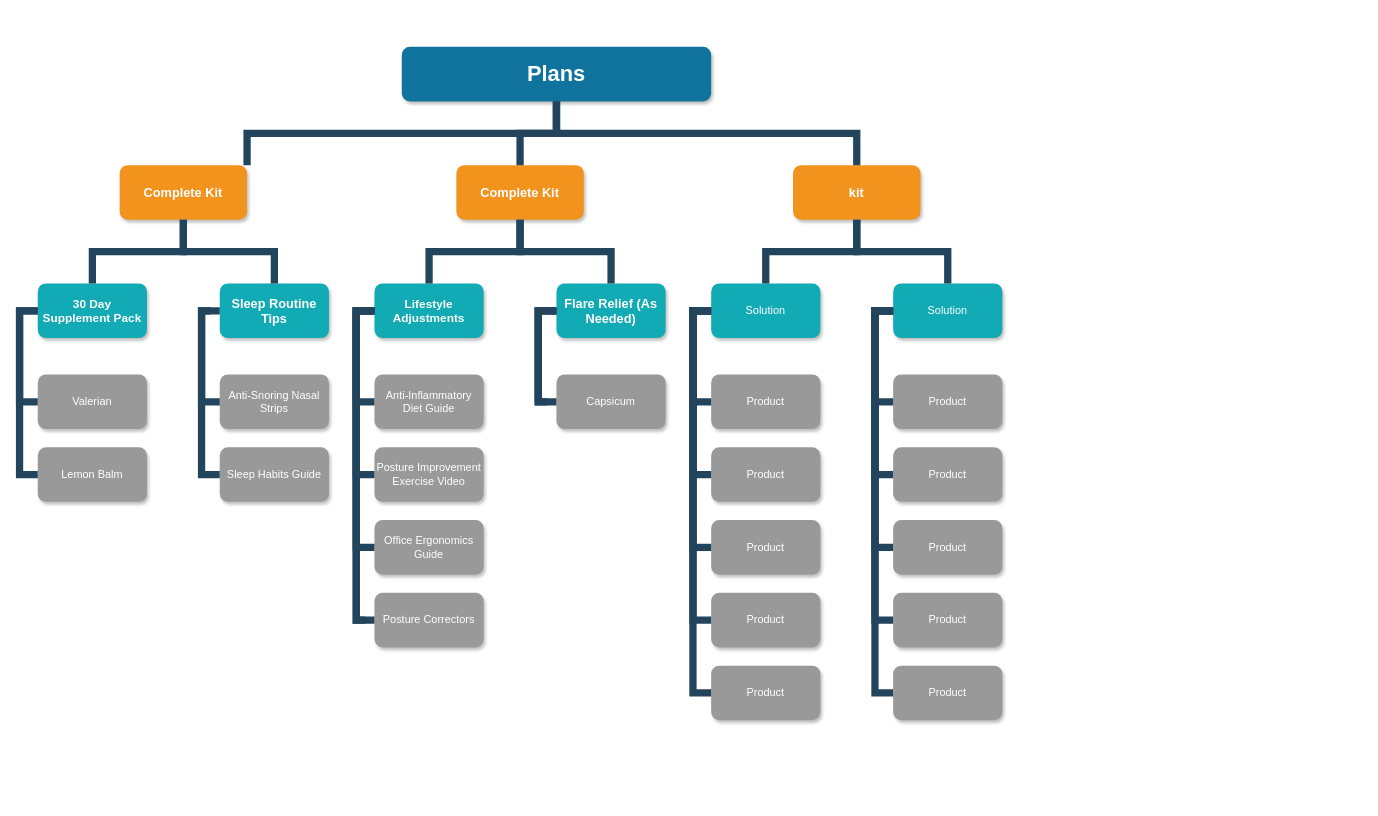
Earlier version of the draw.io diagram static/Untitled Diagram.drawio (zachion/RGBlog). Source tidied: cells renumbered, new cells numbered last; positions are measured from the earlier drawing's top-left corner, leaving out a move shared by most shapes. Both pictures are drawn from the tidied source at 91%, with x=0, y=0 at pixel (19, 46).
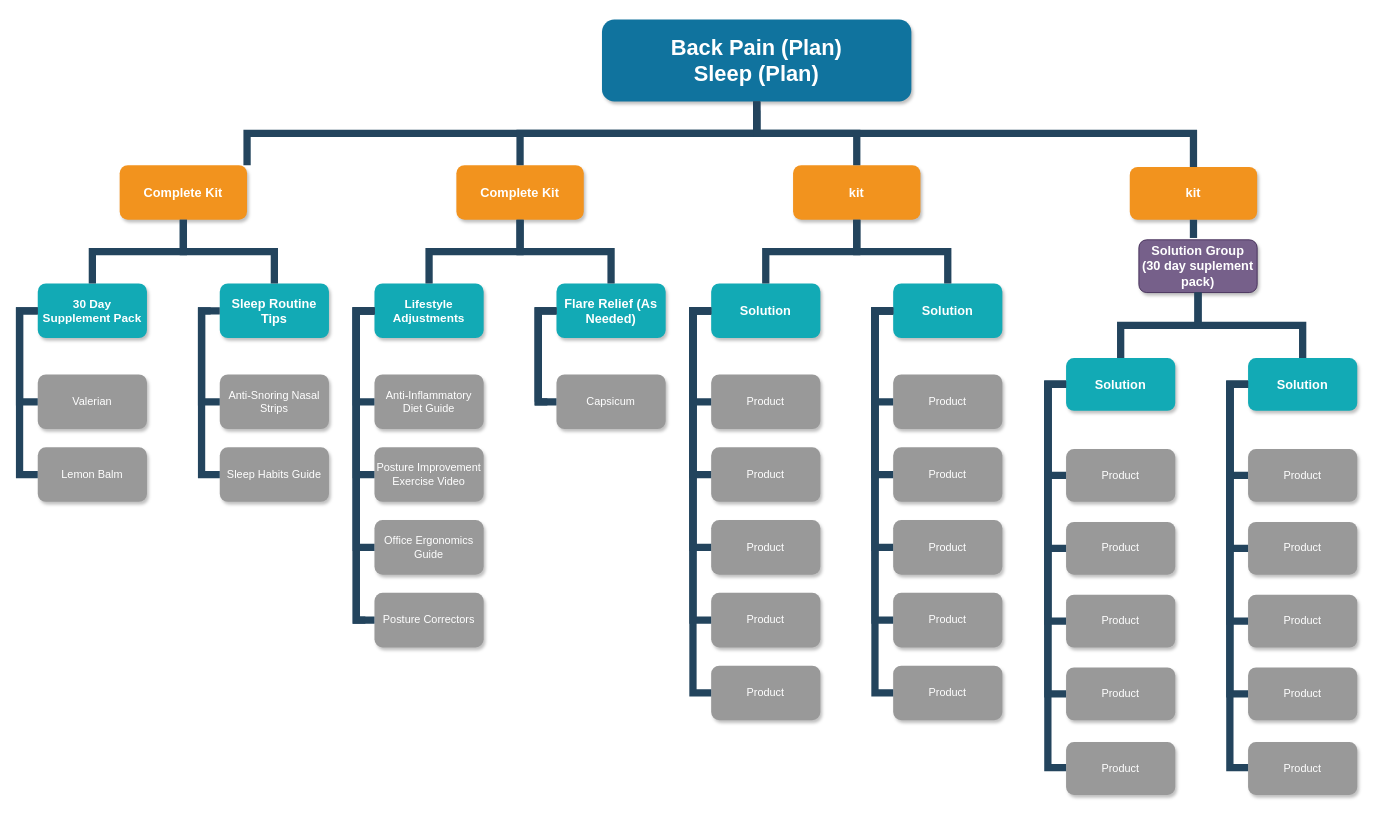
Above is the later version.

Commit message:
solution groups

Diff of the diagram source:
```diff
@@
-    <mxCell id="2" value="Plans" style="whiteSpace=wrap;rounded=1;shadow=1;fillColor=#10739E;strokeColor=none;fontColor=#FFFFFF;fontStyle=1;fontSize=24;" parent="1" vertex="1">
-      <mxGeometry x="420" width="340" height="60" as="geometry" />
+    <mxCell id="2" value="Back Pain (Plan)&#10;Sleep (Plan)" style="whiteSpace=wrap;rounded=1;shadow=1;fillColor=#10739E;strokeColor=none;fontColor=#FFFFFF;fontStyle=1;fontSize=24;" parent="1" vertex="1">
+      <mxGeometry x="640" y="-30" width="340" height="90" as="geometry" />
     </mxCell>
@@
-    <mxCell id="35" value="Solution" style="whiteSpace=wrap;rounded=1;fillColor=#12AAB5;strokeColor=none;shadow=1;fontColor=#FFFFFF;" parent="1" vertex="1">
+    <mxCell id="35" value="Solution" style="whiteSpace=wrap;rounded=1;fillColor=#12AAB5;strokeColor=none;shadow=1;fontColor=#FFFFFF;fontStyle=1;fontSize=14;" parent="1" vertex="1">
       <mxGeometry x="760" y="260" width="120" height="60" as="geometry" />
     </mxCell>
-    <mxCell id="36" value="Solution" style="whiteSpace=wrap;rounded=1;fillColor=#12AAB5;strokeColor=none;shadow=1;fontColor=#FFFFFF;" parent="1" vertex="1">
+    <mxCell id="36" value="Solution" style="whiteSpace=wrap;rounded=1;fillColor=#12AAB5;strokeColor=none;shadow=1;fontColor=#FFFFFF;fontStyle=1;fontSize=14;" parent="1" vertex="1">
       <mxGeometry x="960" y="260" width="120" height="60" as="geometry" />
     </mxCell>
@@
+    <mxCell id="62" value="Solution Group&#10;(30 day suplement pack)" style="whiteSpace=wrap;rounded=1;fillColor=#76608a;strokeColor=#432D57;shadow=1;fontColor=#ffffff;fontStyle=1;fontSize=14;" parent="1" vertex="1">
+      <mxGeometry x="1230" y="212" width="130" height="58" as="geometry" />
+    </mxCell>
+    <mxCell id="63" value="Solution" style="whiteSpace=wrap;rounded=1;fillColor=#12AAB5;strokeColor=none;shadow=1;fontColor=#FFFFFF;fontStyle=1;fontSize=14;" parent="1" vertex="1">
+      <mxGeometry x="1150" y="342" width="120" height="58" as="geometry" />
+    </mxCell>
+    <mxCell id="64" value="Solution" style="whiteSpace=wrap;rounded=1;fillColor=#12AAB5;strokeColor=none;shadow=1;fontColor=#FFFFFF;fontStyle=1;fontSize=14;" parent="1" vertex="1">
+      <mxGeometry x="1350" y="342" width="120" height="58" as="geometry" />
+    </mxCell>
+    <mxCell id="65" value="Product" style="whiteSpace=wrap;rounded=1;fillColor=#999999;strokeColor=none;shadow=1;fontColor=#FFFFFF;fontStyle=0;" parent="1" vertex="1">
+      <mxGeometry x="1150" y="442" width="120" height="58" as="geometry" />
+    </mxCell>
+    <mxCell id="66" value="Product" style="whiteSpace=wrap;rounded=1;fillColor=#999999;strokeColor=none;shadow=1;fontColor=#FFFFFF;fontStyle=0;" parent="1" vertex="1">
+      <mxGeometry x="1150" y="522" width="120" height="58" as="geometry" />
+    </mxCell>
+    <mxCell id="67" value="Product" style="whiteSpace=wrap;rounded=1;fillColor=#999999;strokeColor=none;shadow=1;fontColor=#FFFFFF;fontStyle=0;" parent="1" vertex="1">
+      <mxGeometry x="1150" y="602" width="120" height="58" as="geometry" />
+    </mxCell>
+    <mxCell id="68" value="Product" style="whiteSpace=wrap;rounded=1;fillColor=#999999;strokeColor=none;shadow=1;fontColor=#FFFFFF;fontStyle=0;" parent="1" vertex="1">
+      <mxGeometry x="1150" y="682" width="120" height="58" as="geometry" />
+    </mxCell>
+    <mxCell id="69" value="Product" style="whiteSpace=wrap;rounded=1;fillColor=#999999;strokeColor=none;shadow=1;fontColor=#FFFFFF;fontStyle=0;" parent="1" vertex="1">
+      <mxGeometry x="1150" y="764" width="120" height="58" as="geometry" />
+    </mxCell>
+    <mxCell id="70" value="Product" style="whiteSpace=wrap;rounded=1;fillColor=#999999;strokeColor=none;shadow=1;fontColor=#FFFFFF;fontStyle=0;" parent="1" vertex="1">
+      <mxGeometry x="1350" y="442" width="120" height="58" as="geometry" />
+    </mxCell>
+    <mxCell id="71" value="Product" style="whiteSpace=wrap;rounded=1;fillColor=#999999;strokeColor=none;shadow=1;fontColor=#FFFFFF;fontStyle=0;" parent="1" vertex="1">
+      <mxGeometry x="1350" y="522" width="120" height="58" as="geometry" />
+    </mxCell>
+    <mxCell id="72" value="Product" style="whiteSpace=wrap;rounded=1;fillColor=#999999;strokeColor=none;shadow=1;fontColor=#FFFFFF;fontStyle=0;" parent="1" vertex="1">
+      <mxGeometry x="1350" y="602" width="120" height="58" as="geometry" />
+    </mxCell>
+    <mxCell id="73" value="Product" style="whiteSpace=wrap;rounded=1;fillColor=#999999;strokeColor=none;shadow=1;fontColor=#FFFFFF;fontStyle=0;" parent="1" vertex="1">
+      <mxGeometry x="1350" y="682" width="120" height="58" as="geometry" />
+    </mxCell>
+    <mxCell id="74" value="Product" style="whiteSpace=wrap;rounded=1;fillColor=#999999;strokeColor=none;shadow=1;fontColor=#FFFFFF;fontStyle=0;" parent="1" vertex="1">
+      <mxGeometry x="1350" y="764" width="120" height="58" as="geometry" />
+    </mxCell>
+    <mxCell id="75" style="edgeStyle=elbowEdgeStyle;elbow=horizontal;rounded=0;fontColor=#000000;endArrow=none;endFill=0;strokeWidth=8;strokeColor=#23445D;" parent="1" edge="1" source="63" target="65">
+      <mxGeometry relative="1" as="geometry">
+        <Array as="points">
+          <mxPoint x="1130" y="422" />
+        </Array>
+      </mxGeometry>
+    </mxCell>
+    <mxCell id="76" style="edgeStyle=elbowEdgeStyle;elbow=horizontal;rounded=0;fontColor=#000000;endArrow=none;endFill=0;strokeWidth=8;strokeColor=#23445D;" parent="1" edge="1" source="63" target="66">
+      <mxGeometry relative="1" as="geometry">
+        <Array as="points">
+          <mxPoint x="1130" y="462" />
+        </Array>
+      </mxGeometry>
+    </mxCell>
+    <mxCell id="77" style="edgeStyle=elbowEdgeStyle;elbow=horizontal;rounded=0;fontColor=#000000;endArrow=none;endFill=0;strokeWidth=8;strokeColor=#23445D;" parent="1" edge="1" source="63">
+      <mxGeometry relative="1" as="geometry">
+        <mxPoint x="1150" y="792" as="targetPoint" />
+        <Array as="points">
+          <mxPoint x="1130" y="592" />
+        </Array>
+      </mxGeometry>
+    </mxCell>
+    <mxCell id="78" style="edgeStyle=elbowEdgeStyle;elbow=horizontal;rounded=0;fontColor=#000000;endArrow=none;endFill=0;strokeWidth=8;strokeColor=#23445D;" parent="1" edge="1" source="63" target="68">
+      <mxGeometry relative="1" as="geometry">
+        <Array as="points">
+          <mxPoint x="1130" y="542" />
+        </Array>
+      </mxGeometry>
+    </mxCell>
+    <mxCell id="79" style="edgeStyle=elbowEdgeStyle;elbow=horizontal;rounded=0;fontColor=#000000;endArrow=none;endFill=0;strokeWidth=8;strokeColor=#23445D;" parent="1" edge="1" source="63" target="67">
+      <mxGeometry relative="1" as="geometry">
+        <Array as="points">
+          <mxPoint x="1130" y="512" />
+        </Array>
+      </mxGeometry>
+    </mxCell>
+    <mxCell id="80" style="edgeStyle=elbowEdgeStyle;elbow=horizontal;rounded=0;fontColor=#000000;endArrow=none;endFill=0;strokeWidth=8;strokeColor=#23445D;" parent="1" edge="1" source="64" target="70">
+      <mxGeometry relative="1" as="geometry">
+        <Array as="points">
+          <mxPoint x="1330" y="422" />
+        </Array>
+      </mxGeometry>
+    </mxCell>
+    <mxCell id="81" style="edgeStyle=elbowEdgeStyle;elbow=horizontal;rounded=0;fontColor=#000000;endArrow=none;endFill=0;strokeWidth=8;strokeColor=#23445D;" parent="1" edge="1" source="64" target="71">
+      <mxGeometry relative="1" as="geometry">
+        <Array as="points">
+          <mxPoint x="1330" y="462" />
+        </Array>
+      </mxGeometry>
+    </mxCell>
+    <mxCell id="82" style="edgeStyle=elbowEdgeStyle;elbow=horizontal;rounded=0;fontColor=#000000;endArrow=none;endFill=0;strokeWidth=8;strokeColor=#23445D;" parent="1" edge="1" source="64">
+      <mxGeometry relative="1" as="geometry">
+        <mxPoint x="1350" y="792" as="targetPoint" />
+        <Array as="points">
+          <mxPoint x="1330" y="582" />
+        </Array>
+      </mxGeometry>
+    </mxCell>
+    <mxCell id="83" style="edgeStyle=elbowEdgeStyle;elbow=horizontal;rounded=0;fontColor=#000000;endArrow=none;endFill=0;strokeWidth=8;strokeColor=#23445D;" parent="1" edge="1" source="64" target="73">
+      <mxGeometry relative="1" as="geometry">
+        <Array as="points">
+          <mxPoint x="1330" y="542" />
+        </Array>
+      </mxGeometry>
+    </mxCell>
+    <mxCell id="84" style="edgeStyle=elbowEdgeStyle;elbow=horizontal;rounded=0;fontColor=#000000;endArrow=none;endFill=0;strokeWidth=8;strokeColor=#23445D;" parent="1" edge="1" source="64" target="72">
+      <mxGeometry relative="1" as="geometry">
+        <Array as="points">
+          <mxPoint x="1330" y="512" />
+        </Array>
+      </mxGeometry>
+    </mxCell>
+    <mxCell id="85" style="edgeStyle=elbowEdgeStyle;elbow=vertical;rounded=0;fontColor=#000000;endArrow=none;endFill=0;strokeWidth=8;strokeColor=#23445D;exitX=0.5;exitY=1;exitDx=0;exitDy=0;" parent="1" edge="1" source="62" target="63">
+      <mxGeometry relative="1" as="geometry" />
+    </mxCell>
+    <mxCell id="86" style="edgeStyle=elbowEdgeStyle;elbow=vertical;rounded=0;fontColor=#000000;endArrow=none;endFill=0;strokeWidth=8;strokeColor=#23445D;exitX=0.5;exitY=1;exitDx=0;exitDy=0;" parent="1" edge="1" source="62" target="64">
+      <mxGeometry relative="1" as="geometry" />
+    </mxCell>
+    <mxCell id="87" value="kit" style="whiteSpace=wrap;rounded=1;fillColor=#F2931E;strokeColor=none;shadow=1;fontColor=#FFFFFF;fontStyle=1;fontSize=14;" parent="1" vertex="1">
+      <mxGeometry x="1220" y="132" width="140" height="58" as="geometry" />
+    </mxCell>
+    <mxCell id="88" style="edgeStyle=elbowEdgeStyle;elbow=vertical;rounded=0;fontColor=#000000;endArrow=none;endFill=0;strokeWidth=8;strokeColor=#23445D;exitX=0.5;exitY=1;exitDx=0;exitDy=0;" parent="1" edge="1" source="87">
+      <mxGeometry relative="1" as="geometry">
+        <mxPoint x="1290" y="210" as="targetPoint" />
+      </mxGeometry>
+    </mxCell>
+    <mxCell id="89" style="edgeStyle=elbowEdgeStyle;elbow=vertical;rounded=0;fontColor=#000000;endArrow=none;endFill=0;strokeWidth=8;strokeColor=#23445D;" parent="1" edge="1" target="87">
+      <mxGeometry relative="1" as="geometry">
+        <mxPoint x="810" y="70" as="sourcePoint" />
+        <Array as="points">
+          <mxPoint x="980" y="95" />
+        </Array>
+      </mxGeometry>
+    </mxCell>
```
